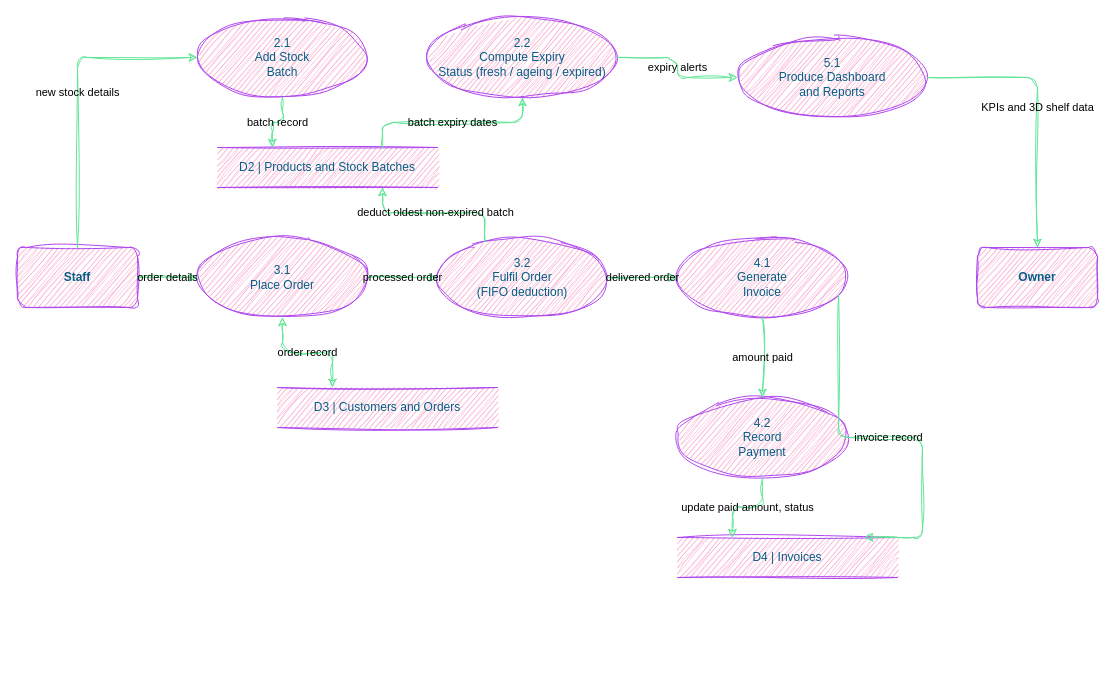
Above: page "Fig 3.5 DFD Level 2" (5 of 7) of diagrams/DairyDesk_Diagrams.drawio in TanmayKamble004/DairyDesk (draw.io), before the change. Source tidied: cells renumbered, new cells numbered last; positions are measured from the earlier drawing's top-left corner, leaving out a move shared by most shapes. Both pictures are drawn from the tidied source at 100%, with x=0, y=0 at pixel (17, 17).
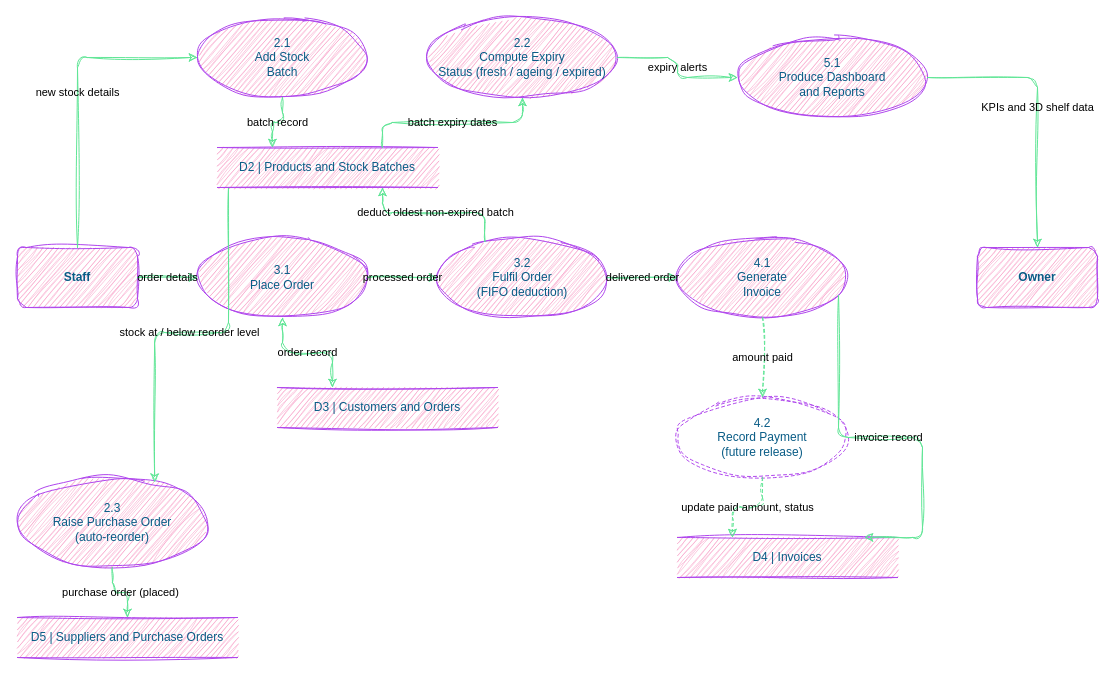
The same diagram, later.

Unchanged cells that the change refers to:
```xml
<mxCell id="8" value="4.1&#10;Generate&#10;Invoice" style="ellipse;whiteSpace=wrap;html=1;fillColor=#F694C1;strokeColor=#AF45ED;rounded=1;sketch=1;curveFitting=1;jiggle=2;labelBackgroundColor=none;fontColor=#095C86;" parent="1" vertex="1">
  <mxGeometry x="660" y="220" width="170" height="80" as="geometry" />
</mxCell>
<mxCell id="11" value="D2 | Products and Stock Batches" style="shape=partialRectangle;whiteSpace=wrap;html=1;left=0;right=0;fillColor=#F694C1;strokeColor=#AF45ED;rounded=1;sketch=1;curveFitting=1;jiggle=2;labelBackgroundColor=none;fontColor=#095C86;" parent="1" vertex="1">
  <mxGeometry x="200" y="130" width="220" height="40" as="geometry" />
</mxCell>
<mxCell id="13" value="D4 | Invoices" style="shape=partialRectangle;whiteSpace=wrap;html=1;left=0;right=0;fillColor=#F694C1;strokeColor=#AF45ED;rounded=1;sketch=1;curveFitting=1;jiggle=2;labelBackgroundColor=none;fontColor=#095C86;" parent="1" vertex="1">
  <mxGeometry x="660" y="520" width="220" height="40" as="geometry" />
</mxCell>
```

The edit, as a diff of the source:
```diff
@@
-    <mxCell id="9" value="4.2&#10;Record&#10;Payment" style="ellipse;whiteSpace=wrap;html=1;fillColor=#F694C1;strokeColor=#AF45ED;rounded=1;sketch=1;curveFitting=1;jiggle=2;labelBackgroundColor=none;fontColor=#095C86;" parent="1" vertex="1">
+    <mxCell id="9" value="4.2&#10;Record Payment&#10;(future release)" style="ellipse;whiteSpace=wrap;html=1;fillColor=none;strokeColor=#AF45ED;dashed=1;rounded=1;sketch=1;curveFitting=1;jiggle=2;labelBackgroundColor=none;fontColor=#095C86;" parent="1" vertex="1">
       <mxGeometry x="660" y="380" width="170" height="80" as="geometry" />
     </mxCell>
+    <mxCell id="27" value="2.3&#10;Raise Purchase Order&#10;(auto-reorder)" style="ellipse;whiteSpace=wrap;html=1;fillColor=#F694C1;strokeColor=#AF45ED;rounded=1;sketch=1;curveFitting=1;jiggle=2;labelBackgroundColor=none;fontColor=#095C86;" parent="1" vertex="1">
+      <mxGeometry y="460" width="190" height="90" as="geometry" />
+    </mxCell>
+    <mxCell id="28" value="D5 | Suppliers and Purchase Orders" style="shape=partialRectangle;whiteSpace=wrap;html=1;left=0;right=0;fillColor=#F694C1;strokeColor=#AF45ED;rounded=1;sketch=1;curveFitting=1;jiggle=2;labelBackgroundColor=none;fontColor=#095C86;" parent="1" vertex="1">
+      <mxGeometry y="600" width="220" height="40" as="geometry" />
+    </mxCell>
+    <mxCell id="29" value="stock at / below reorder level" style="edgeStyle=orthogonalEdgeStyle;rounded=1;html=1;fontSize=11;exitX=0.05;exitY=1;entryX=0.75;entryY=0;sketch=1;curveFitting=1;jiggle=2;labelBackgroundColor=none;strokeColor=#60E696;fontColor=default;" parent="1" edge="1" source="11" target="27">
+      <mxGeometry relative="1" as="geometry" />
+    </mxCell>
+    <mxCell id="30" value="purchase order (placed)" style="edgeStyle=orthogonalEdgeStyle;rounded=1;html=1;fontSize=11;exitX=0.5;exitY=1;entryX=0.5;entryY=0;sketch=1;curveFitting=1;jiggle=2;labelBackgroundColor=none;strokeColor=#60E696;fontColor=default;" parent="1" edge="1" source="27" target="28">
+      <mxGeometry relative="1" as="geometry" />
+    </mxCell>
@@
-    <mxCell id="24" value="amount paid" style="edgeStyle=orthogonalEdgeStyle;rounded=1;html=1;fontSize=11;exitX=0.5;exitY=1;entryX=0.5;entryY=0;sketch=1;curveFitting=1;jiggle=2;labelBackgroundColor=none;strokeColor=#60E696;fontColor=default;" parent="1" edge="1" source="8" target="9">
+    <mxCell id="24" value="amount paid" style="edgeStyle=orthogonalEdgeStyle;rounded=1;html=1;fontSize=11;dashed=1;exitX=0.5;exitY=1;entryX=0.5;entryY=0;sketch=1;curveFitting=1;jiggle=2;labelBackgroundColor=none;strokeColor=#60E696;fontColor=default;" parent="1" edge="1" source="8" target="9">
       <mxGeometry relative="1" as="geometry" />
     </mxCell>
-    <mxCell id="25" value="update paid amount, status" style="edgeStyle=orthogonalEdgeStyle;rounded=1;html=1;fontSize=11;exitX=0.5;exitY=1;entryX=0.25;entryY=0;sketch=1;curveFitting=1;jiggle=2;labelBackgroundColor=none;strokeColor=#60E696;fontColor=default;" parent="1" edge="1" source="9" target="13">
+    <mxCell id="25" value="update paid amount, status" style="edgeStyle=orthogonalEdgeStyle;rounded=1;html=1;fontSize=11;dashed=1;exitX=0.5;exitY=1;entryX=0.25;entryY=0;sketch=1;curveFitting=1;jiggle=2;labelBackgroundColor=none;strokeColor=#60E696;fontColor=default;" parent="1" edge="1" source="9" target="13">
       <mxGeometry relative="1" as="geometry" />
     </mxCell>
```
